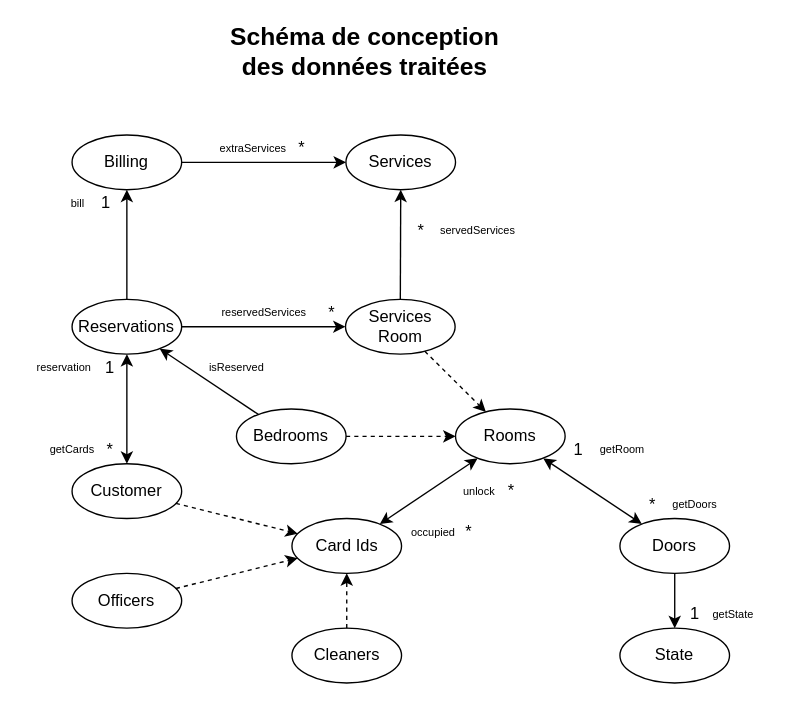
Before: doc/conception/data.drawio in Reynault/MOSOS-Subject-3, a draw.io diagram. Source tidied: cells renumbered, new cells numbered last; positions are measured from the earlier drawing's top-left corner, leaving out a move shared by most shapes. Both pictures are drawn from the tidied source at 137%, with x=0, y=0 at pixel (22, 38).
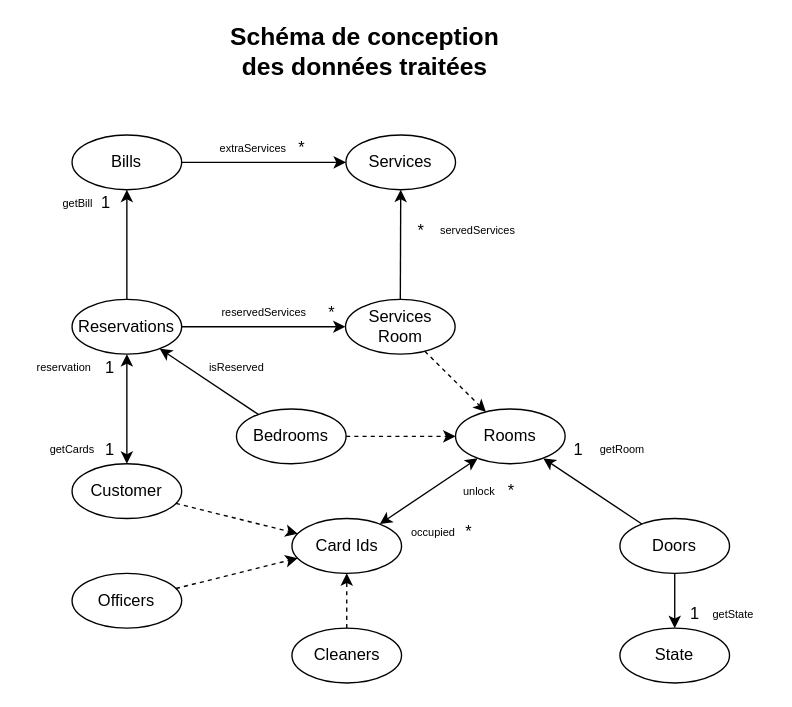
After the change.

Unchanged cells that the change refers to:
```xml
<mxCell id="9" value="&lt;span style=&quot;text-align: left&quot;&gt;Rooms&lt;/span&gt;" style="ellipse;whiteSpace=wrap;html=1;" parent="1" vertex="1">
  <mxGeometry x="316" y="270" width="80" height="40" as="geometry" />
</mxCell>
<mxCell id="40" value="&lt;span style=&quot;text-align: left&quot;&gt;Doors&lt;/span&gt;" style="ellipse;whiteSpace=wrap;html=1;" parent="1" vertex="1">
  <mxGeometry x="436" y="350" width="80" height="40" as="geometry" />
</mxCell>
```

What changed in the source:
```diff
@@
-    <mxCell id="16" value="Billing" style="ellipse;whiteSpace=wrap;html=1;" parent="1" vertex="1">
+    <mxCell id="16" value="Bills" style="ellipse;whiteSpace=wrap;html=1;" parent="1" vertex="1">
       <mxGeometry x="36.1" y="70" width="80" height="40" as="geometry" />
     </mxCell>
@@
-    <mxCell id="19" value="bill" style="text;html=1;align=center;verticalAlign=middle;fontSize=8;" parent="1" vertex="1">
-      <mxGeometry x="25.1" y="110" width="30" height="20" as="geometry" />
+    <mxCell id="19" value="getBill" style="text;html=1;align=center;verticalAlign=middle;fontSize=8;" parent="1" vertex="1">
+      <mxGeometry x="20.1" y="110" width="40" height="20" as="geometry" />
     </mxCell>
@@
-    <mxCell id="28" value="*" style="text;html=1;strokeColor=none;fillColor=none;align=center;verticalAlign=middle;whiteSpace=wrap;rounded=0;" parent="1" vertex="1">
+    <mxCell id="28" value="1" style="text;html=1;strokeColor=none;fillColor=none;align=center;verticalAlign=middle;whiteSpace=wrap;rounded=0;" parent="1" vertex="1">
       <mxGeometry x="54.1" y="290" width="20" height="20" as="geometry" />
     </mxCell>
@@
-    <mxCell id="41" style="endArrow=classic;html=1;startArrow=classic;startFill=1;" parent="1" edge="1" source="40" target="9">
+    <mxCell id="41" style="endArrow=classic;html=1;startArrow=none;startFill=0;" parent="1" edge="1" source="40" target="9">
       <mxGeometry relative="1" as="geometry" />
     </mxCell>
-    <mxCell id="42" value="*" style="text;html=1;strokeColor=none;fillColor=none;align=center;verticalAlign=middle;whiteSpace=wrap;rounded=0;" parent="1" vertex="1">
-      <mxGeometry x="449.6" y="330" width="20" height="20" as="geometry" />
-    </mxCell>
@@
-    <mxCell id="44" value="getDoors" style="text;html=1;strokeColor=none;fillColor=none;align=center;verticalAlign=middle;whiteSpace=wrap;rounded=0;fontSize=8;" parent="1" vertex="1">
-      <mxGeometry x="466.1" y="330" width="49.9" height="20" as="geometry" />
-    </mxCell>
```
